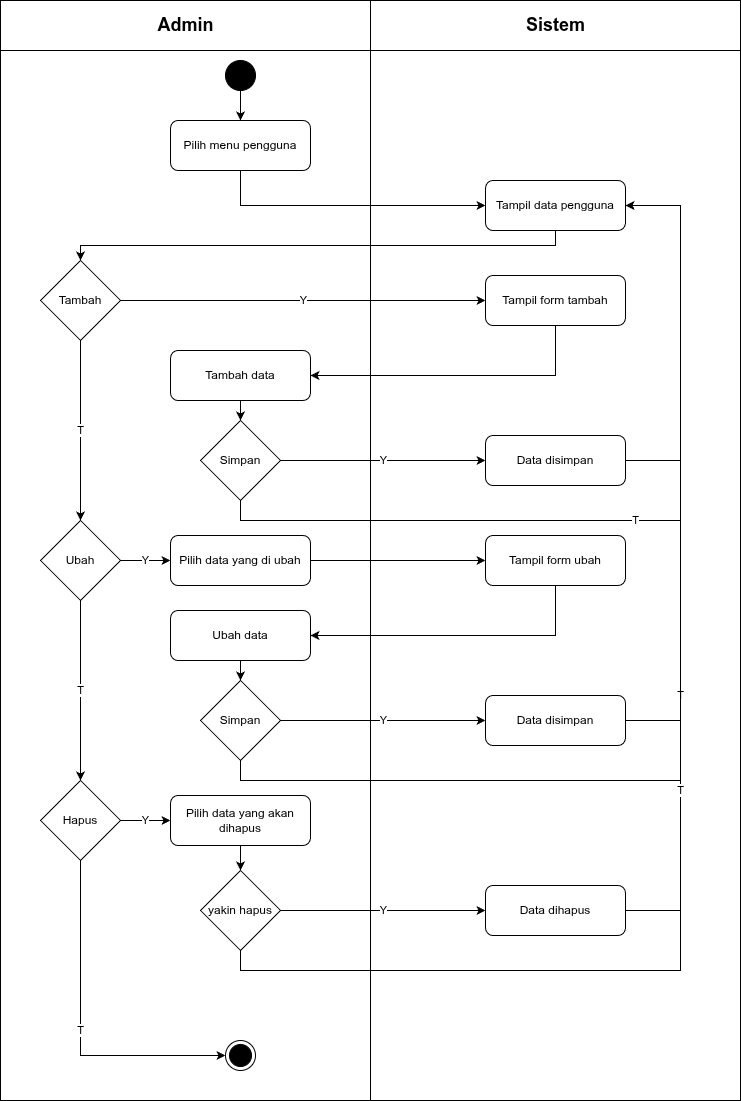
Above: diagram/activity/admin/crud-pengguna.png in RajaSunrise/kangkungku (draw.io), before the change. Source tidied: cells renumbered, new cells last; positions are measured from the earlier drawing's top-left corner, leaving out a move shared by most shapes.
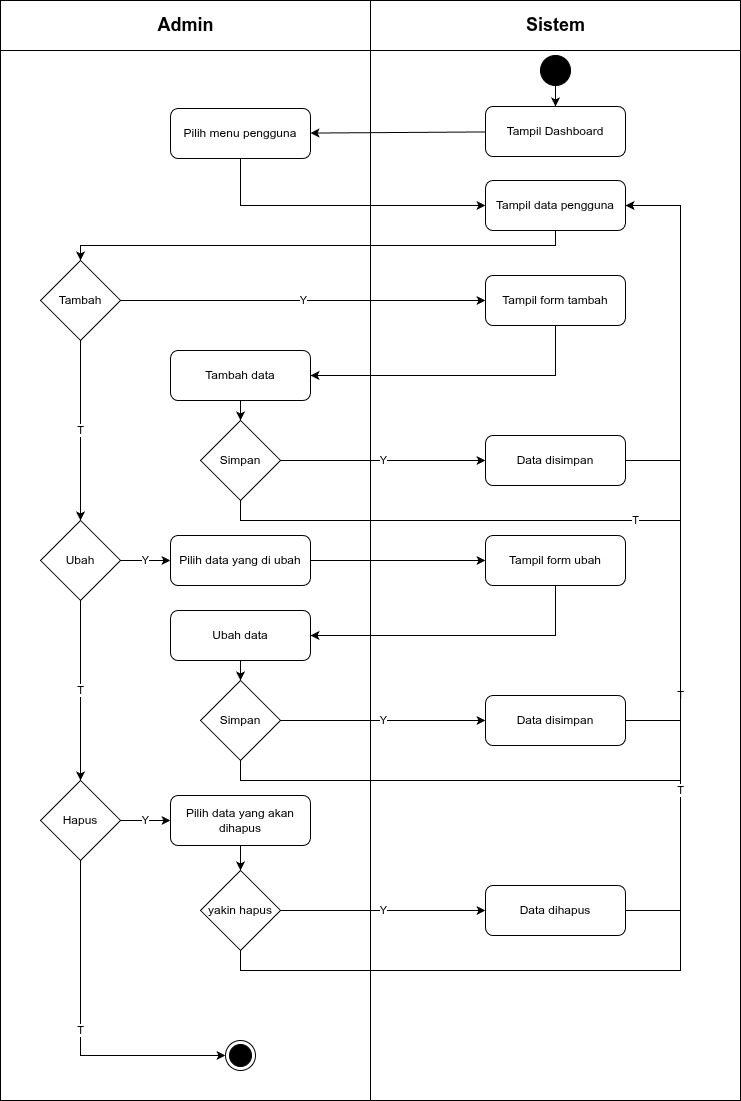
Above is the later version.

Diff of the diagram source:
```diff
@@ -12,13 +12,13 @@
       <mxGeometry x="505" y="10" width="100" height="30" as="geometry" />
     </mxCell>
     <mxCell id="5" style="ellipse;whiteSpace=wrap;html=1;fillColor=#000000;strokeColor=#000000;" parent="1" vertex="1">
-      <mxGeometry x="225" y="60" width="30" height="30" as="geometry" />
+      <mxGeometry x="540" y="55" width="30" height="30" as="geometry" />
     </mxCell>
-    <mxCell id="6" style="endArrow=classic;html=1;exitX=0.5;exitY=1;exitDx=0;exitDy=0;entryX=0.5;entryY=0;entryDx=0;entryDy=0;edgeStyle=orthogonalEdgeStyle;rounded=0;" parent="1" edge="1" source="5" target="7">
+    <mxCell id="6" style="endArrow=classic;html=1;exitX=0.5;exitY=1;exitDx=0;exitDy=0;entryX=0.5;entryY=0;entryDx=0;entryDy=0;edgeStyle=orthogonalEdgeStyle;rounded=0;" parent="1" edge="1" source="5" target="49">
       <mxGeometry relative="1" as="geometry" />
     </mxCell>
     <mxCell id="7" value="Pilih menu pengguna" style="rounded=1;whiteSpace=wrap;html=1;" parent="1" vertex="1">
-      <mxGeometry x="170" y="120" width="140" height="50" as="geometry" />
+      <mxGeometry x="170" y="108" width="140" height="50" as="geometry" />
     </mxCell>
     <mxCell id="8" value="Tampil data pengguna" style="rounded=1;whiteSpace=wrap;html=1;" parent="1" vertex="1">
       <mxGeometry x="485" y="180" width="140" height="50" as="geometry" />
@@ -204,5 +204,11 @@
         </Array>
       </mxGeometry>
     </mxCell>
+    <mxCell id="48" style="edgeStyle=none;html=1;" parent="1" edge="1" source="49" target="7">
+      <mxGeometry relative="1" as="geometry" />
+    </mxCell>
+    <mxCell id="49" value="Tampil Dashboard" style="rounded=1;whiteSpace=wrap;html=1;" parent="1" vertex="1">
+      <mxGeometry x="485" y="106" width="140" height="50" as="geometry" />
+    </mxCell>
   </root>
 </mxGraphModel>
```
